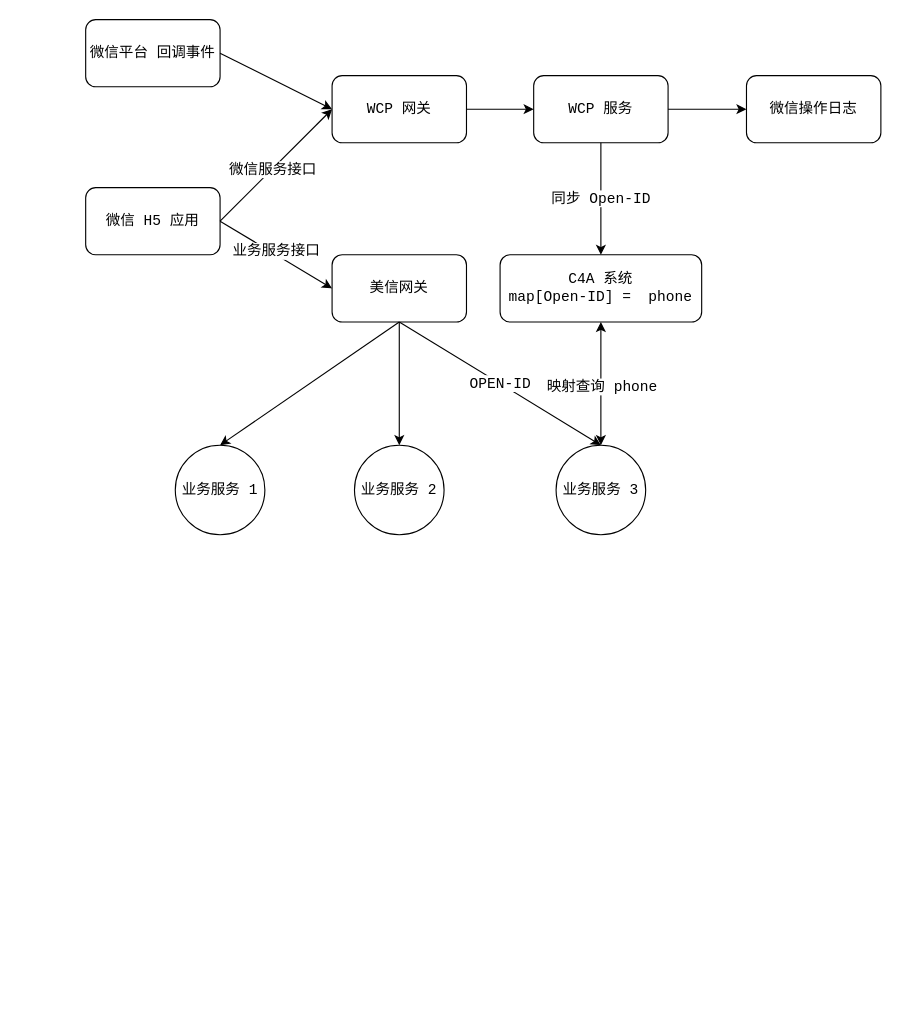
Earlier version of the draw.io diagram ai.drawio (ming3000/draw_io). Source tidied: cells renumbered, new cells numbered last; positions are measured from the earlier drawing's top-left corner, leaving out a move shared by most shapes. Both pictures are drawn from the tidied source at 112%, with x=0, y=0 at pixel (85, 19).
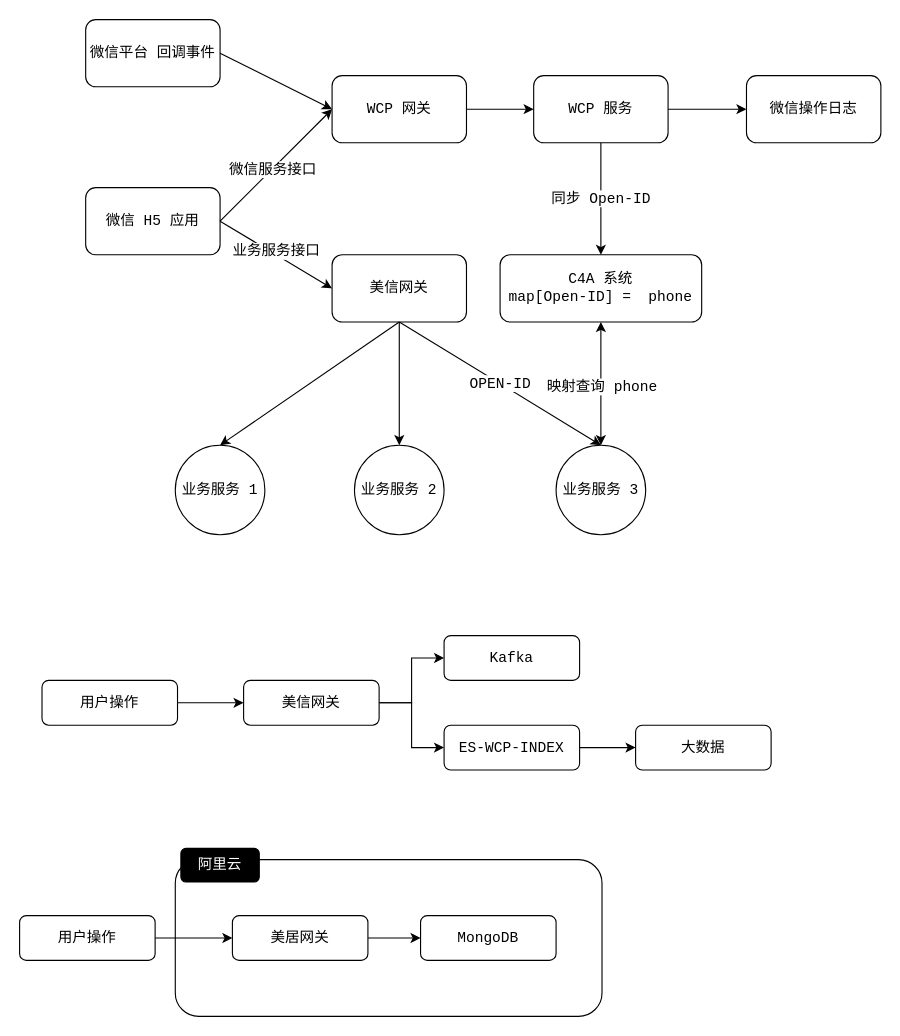
The same diagram, later.

What changed in the source:
```diff
@@
+    <mxCell id="25" style="edgeStyle=orthogonalEdgeStyle;rounded=0;jettySize=auto;html=1;exitX=1;exitY=0.5;exitDx=0;exitDy=0;entryX=0;entryY=0.5;entryDx=0;entryDy=0;fontFamily=Courier New;fontSize=13;" parent="1" edge="1" source="27" target="30">
+      <mxGeometry relative="1" as="geometry" />
+    </mxCell>
+    <mxCell id="26" style="edgeStyle=orthogonalEdgeStyle;rounded=0;jettySize=auto;html=1;exitX=1;exitY=0.5;exitDx=0;exitDy=0;entryX=0;entryY=0.5;entryDx=0;entryDy=0;fontFamily=Courier New;fontSize=13;" parent="1" edge="1" source="27" target="32">
+      <mxGeometry relative="1" as="geometry" />
+    </mxCell>
+    <mxCell id="27" value="美信网关" style="rounded=1;whiteSpace=wrap;html=1;fontFamily=Courier New;fontSize=13;" parent="1" vertex="1">
+      <mxGeometry x="141" y="590" width="121" height="40" as="geometry" />
+    </mxCell>
+    <mxCell id="28" value="用户操作" style="rounded=1;whiteSpace=wrap;html=1;fontFamily=Courier New;fontSize=13;" parent="1" vertex="1">
+      <mxGeometry x="-39" y="590" width="121" height="40" as="geometry" />
+    </mxCell>
+    <mxCell id="29" style="endArrow=classic;html=1;rounded=0;fontFamily=Courier New;fontSize=13;exitX=1;exitY=0.5;exitDx=0;exitDy=0;entryX=0;entryY=0.5;entryDx=0;entryDy=0;" parent="1" edge="1" source="28" target="27">
+      <mxGeometry relative="1" as="geometry" />
+    </mxCell>
+    <mxCell id="30" value="Kafka" style="rounded=1;whiteSpace=wrap;html=1;fontFamily=Courier New;fontSize=13;" parent="1" vertex="1">
+      <mxGeometry x="320" y="550" width="121" height="40" as="geometry" />
+    </mxCell>
+    <mxCell id="31" style="edgeStyle=orthogonalEdgeStyle;rounded=0;jettySize=auto;html=1;exitX=1;exitY=0.5;exitDx=0;exitDy=0;fontFamily=Courier New;fontSize=13;" parent="1" edge="1" source="32" target="33">
+      <mxGeometry relative="1" as="geometry" />
+    </mxCell>
+    <mxCell id="32" value="ES-WCP-INDEX" style="rounded=1;whiteSpace=wrap;html=1;fontFamily=Courier New;fontSize=13;" parent="1" vertex="1">
+      <mxGeometry x="320" y="630" width="121" height="40" as="geometry" />
+    </mxCell>
+    <mxCell id="33" value="大数据" style="rounded=1;whiteSpace=wrap;html=1;fontFamily=Courier New;fontSize=13;" parent="1" vertex="1">
+      <mxGeometry x="491" y="630" width="121" height="40" as="geometry" />
+    </mxCell>
+    <mxCell id="34" style="edgeStyle=orthogonalEdgeStyle;rounded=0;jettySize=auto;html=1;exitX=1;exitY=0.5;exitDx=0;exitDy=0;entryX=0;entryY=0.5;entryDx=0;entryDy=0;fontFamily=Courier New;fontSize=13;" parent="1" edge="1" source="37" target="38">
+      <mxGeometry relative="1" as="geometry" />
+    </mxCell>
+    <mxCell id="35" style="rounded=1;whiteSpace=wrap;html=1;fontFamily=Courier New;fontSize=13;" parent="1" vertex="1">
+      <mxGeometry x="80" y="750" width="381" height="140" as="geometry" />
+    </mxCell>
+    <mxCell id="36" style="edgeStyle=orthogonalEdgeStyle;rounded=0;jettySize=auto;html=1;exitX=1;exitY=0.5;exitDx=0;exitDy=0;fontFamily=Courier New;fontSize=13;fontColor=#FFFFFF;" parent="1" edge="1" source="37" target="38">
+      <mxGeometry relative="1" as="geometry" />
+    </mxCell>
+    <mxCell id="37" value="美居网关" style="rounded=1;whiteSpace=wrap;html=1;fontFamily=Courier New;fontSize=13;" parent="1" vertex="1">
+      <mxGeometry x="131" y="800" width="121" height="40" as="geometry" />
+    </mxCell>
+    <mxCell id="38" value="MongoDB" style="rounded=1;whiteSpace=wrap;html=1;fontFamily=Courier New;fontSize=13;" parent="1" vertex="1">
+      <mxGeometry x="299" y="800" width="121" height="40" as="geometry" />
+    </mxCell>
+    <mxCell id="39" value="阿里云" style="rounded=1;whiteSpace=wrap;html=1;fontFamily=Courier New;fontSize=13;fillColor=#000000;fontColor=#FFFFFF;" parent="1" vertex="1">
+      <mxGeometry x="85" y="740" width="70" height="30" as="geometry" />
+    </mxCell>
+    <mxCell id="40" style="edgeStyle=orthogonalEdgeStyle;rounded=0;jettySize=auto;html=1;exitX=1;exitY=0.5;exitDx=0;exitDy=0;entryX=0;entryY=0.5;entryDx=0;entryDy=0;fontFamily=Courier New;fontSize=13;fontColor=#FFFFFF;" parent="1" edge="1" source="41" target="37">
+      <mxGeometry relative="1" as="geometry" />
+    </mxCell>
+    <mxCell id="41" value="用户操作" style="rounded=1;whiteSpace=wrap;html=1;fontFamily=Courier New;fontSize=13;" parent="1" vertex="1">
+      <mxGeometry x="-59" y="800" width="121" height="40" as="geometry" />
+    </mxCell>
```
